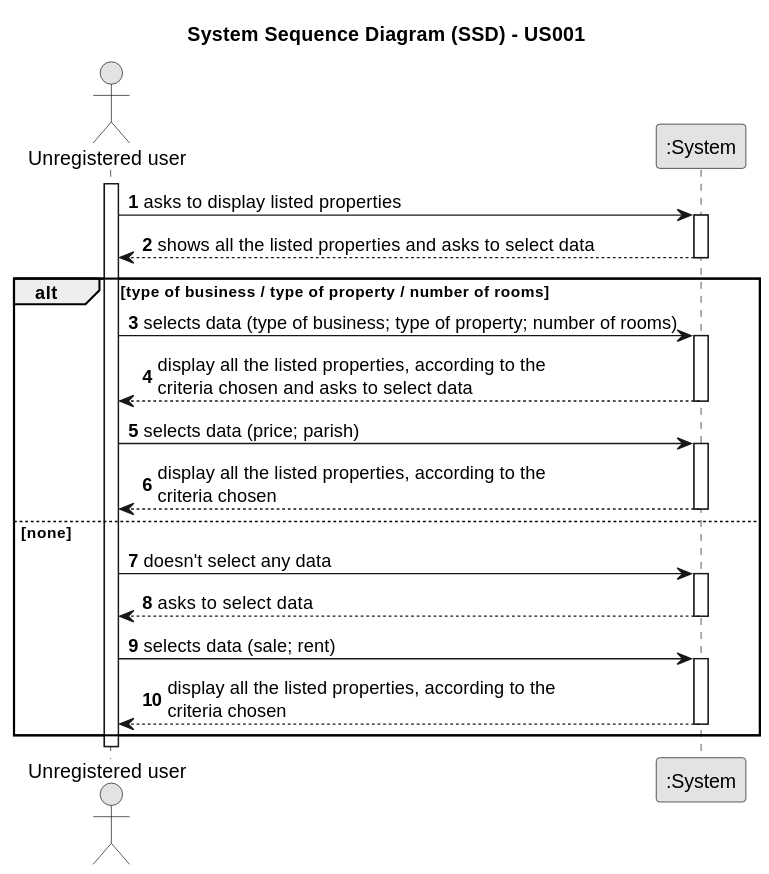
Before: docs/sprintA/us001/01.requirements-engineering/svg/us001-system-sequence-diagram.svg, a diagram exported from PlantUML (rita-barbosa/LAPR2-2223). Its diagram source:
```plantuml
@startuml
skinparam monochrome true
skinparam packageStyle rectangle
skinparam shadowing false

title System Sequence Diagram (SSD) - US001

autonumber

actor "Unregistered user" as User
participant ":System" as System

activate User

    User -> System : asks to display listed properties
    activate System

        System --> User : shows all the listed properties and asks to select data
    deactivate System

    alt type of business / type of property / number of rooms
    User -> System : selects data (type of business; type of property; number of rooms)
    activate System

        System --> User : display all the listed properties, according to the \ncriteria chosen and asks to select data
    deactivate System

    User -> System : selects data (price; parish)
        activate System

           System --> User : display all the listed properties, according to the \ncriteria chosen
        deactivate System

    else none
    User -> System : doesn't select any data
    activate System

       System --> User : asks to select data
    deactivate System

    User -> System : selects data (sale; rent)
    activate System

       System --> User : display all the listed properties, according to the \ncriteria chosen
    deactivate System

end
@enduml
```
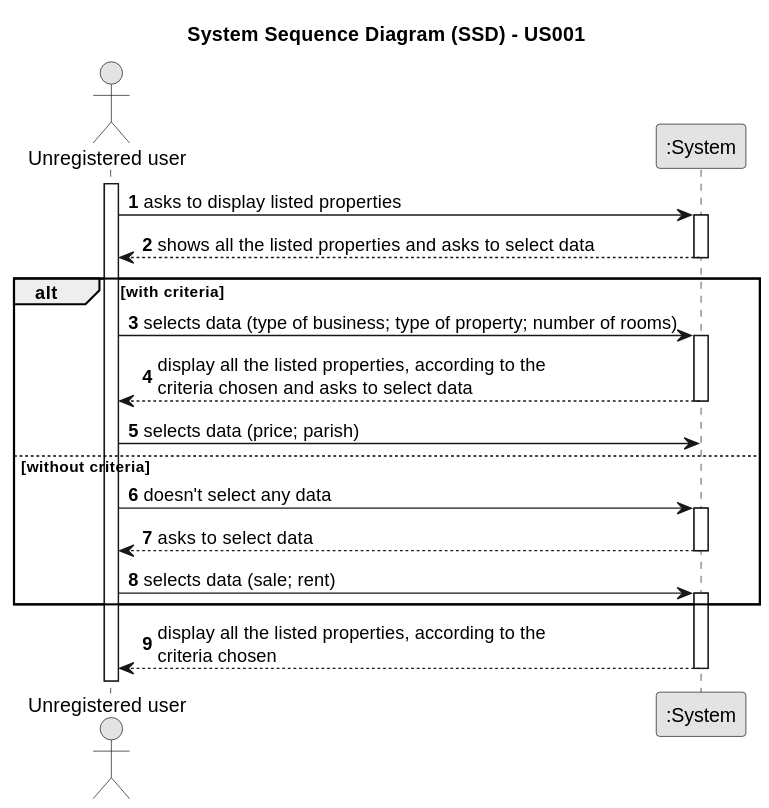
Above is the later version.

Change to the diagram source:
```diff
@@ -18,7 +18,7 @@
         System --> User : shows all the listed properties and asks to select data
     deactivate System
 
-    alt type of business / type of property / number of rooms
+    alt with criteria
     User -> System : selects data (type of business; type of property; number of rooms)
     activate System
 
@@ -26,12 +26,10 @@
     deactivate System
 
     User -> System : selects data (price; parish)
-        activate System
-
-           System --> User : display all the listed properties, according to the \ncriteria chosen
         deactivate System
 
-    else none
+    else without criteria
+
     User -> System : doesn't select any data
     activate System
 
@@ -41,8 +39,8 @@
     User -> System : selects data (sale; rent)
     activate System
 
-       System --> User : display all the listed properties, according to the \ncriteria chosen
+end
+
+    System --> User : display all the listed properties, according to the \ncriteria chosen
     deactivate System
-
-end
 @enduml
```
